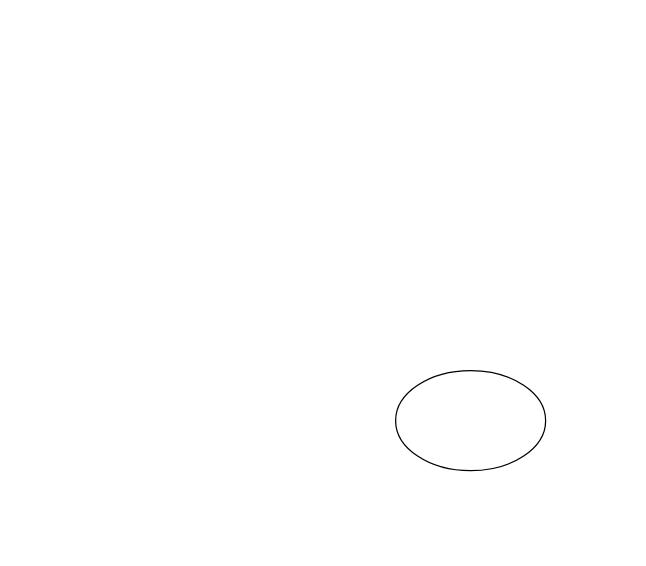
Simpleyongyil/pinchzoom keeps this draw.io diagram as Untitled Diagram.drawio. Above is the earlier version. Source tidied: cells renumbered, new cells numbered last; positions are measured from the earlier drawing's top-left corner, leaving out a move shared by most shapes. Both pictures are drawn from the tidied source at 125%, with x=0, y=0 at pixel (395, 370).
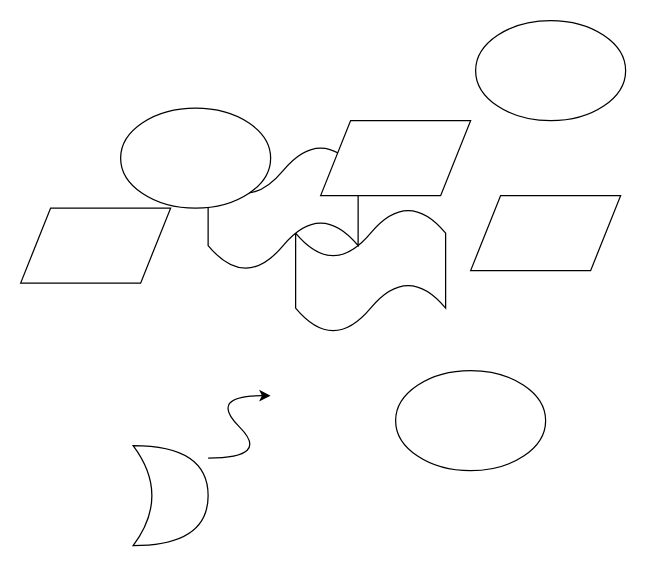
The same page after the edit.

What changed in the source:
```diff
@@
 <mxGraphModel>
   <root>
     <mxCell id="0" />
     <mxCell id="1" parent="0" />
     <mxCell id="2" style="ellipse;whiteSpace=wrap;html=1;" parent="1" vertex="1">
       <mxGeometry width="120" height="80" as="geometry" />
     </mxCell>
+    <mxCell id="3" style="shape=parallelogram;perimeter=parallelogramPerimeter;whiteSpace=wrap;html=1;" parent="1" vertex="1">
+      <mxGeometry x="60" y="-140" width="120" height="60" as="geometry" />
+    </mxCell>
+    <mxCell id="4" style="shape=tape;whiteSpace=wrap;html=1;" parent="1" vertex="1">
+      <mxGeometry x="-80" y="-130" width="120" height="100" as="geometry" />
+    </mxCell>
+    <mxCell id="5" style="shape=parallelogram;perimeter=parallelogramPerimeter;whiteSpace=wrap;html=1;" parent="1" vertex="1">
+      <mxGeometry x="-300" y="-130" width="120" height="60" as="geometry" />
+    </mxCell>
+    <mxCell id="6" style="shape=tape;whiteSpace=wrap;html=1;" parent="1" vertex="1">
+      <mxGeometry x="-150" y="-180" width="120" height="100" as="geometry" />
+    </mxCell>
+    <mxCell id="7" style="shape=xor;whiteSpace=wrap;html=1;" parent="1" vertex="1">
+      <mxGeometry x="-210" y="60" width="60" height="80" as="geometry" />
+    </mxCell>
+    <mxCell id="8" style="shape=parallelogram;perimeter=parallelogramPerimeter;whiteSpace=wrap;html=1;" parent="1" vertex="1">
+      <mxGeometry x="-60" y="-200" width="120" height="60" as="geometry" />
+    </mxCell>
+    <mxCell id="9" style="curved=1;endArrow=classic;html=1;" parent="1" edge="1">
+      <mxGeometry relative="1" as="geometry">
+        <mxPoint x="-150" y="70" as="sourcePoint" />
+        <mxPoint x="-100" y="20" as="targetPoint" />
+        <Array as="points">
+          <mxPoint x="-100" y="70" />
+          <mxPoint x="-150" y="20" />
+        </Array>
+      </mxGeometry>
+    </mxCell>
+    <mxCell id="10" style="ellipse;whiteSpace=wrap;html=1;" parent="1" vertex="1">
+      <mxGeometry x="-220" y="-210" width="120" height="80" as="geometry" />
+    </mxCell>
+    <mxCell id="11" style="ellipse;whiteSpace=wrap;html=1;" parent="1" vertex="1">
+      <mxGeometry x="64" y="-280" width="120" height="80" as="geometry" />
+    </mxCell>
   </root>
 </mxGraphModel>
```
